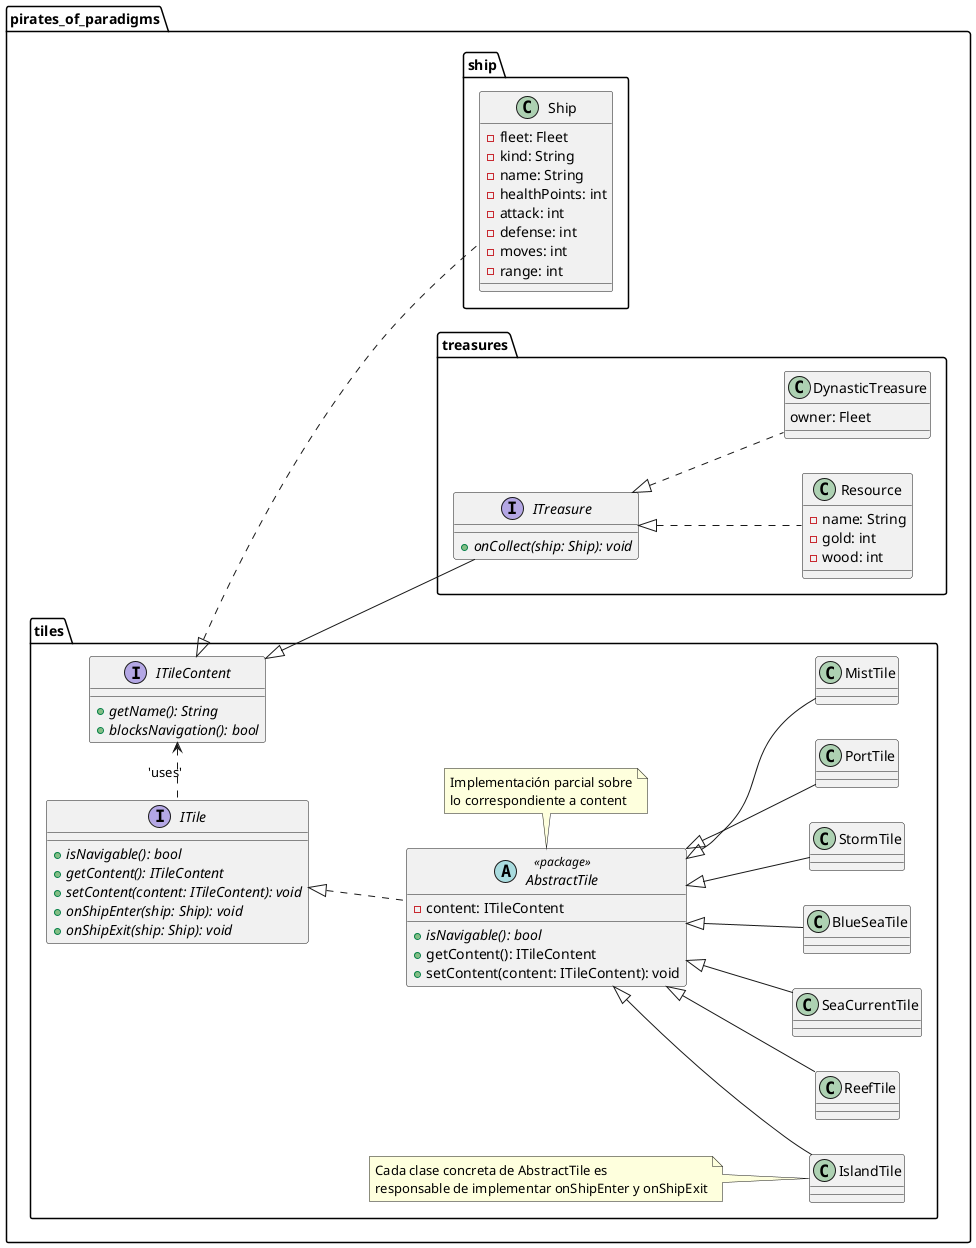
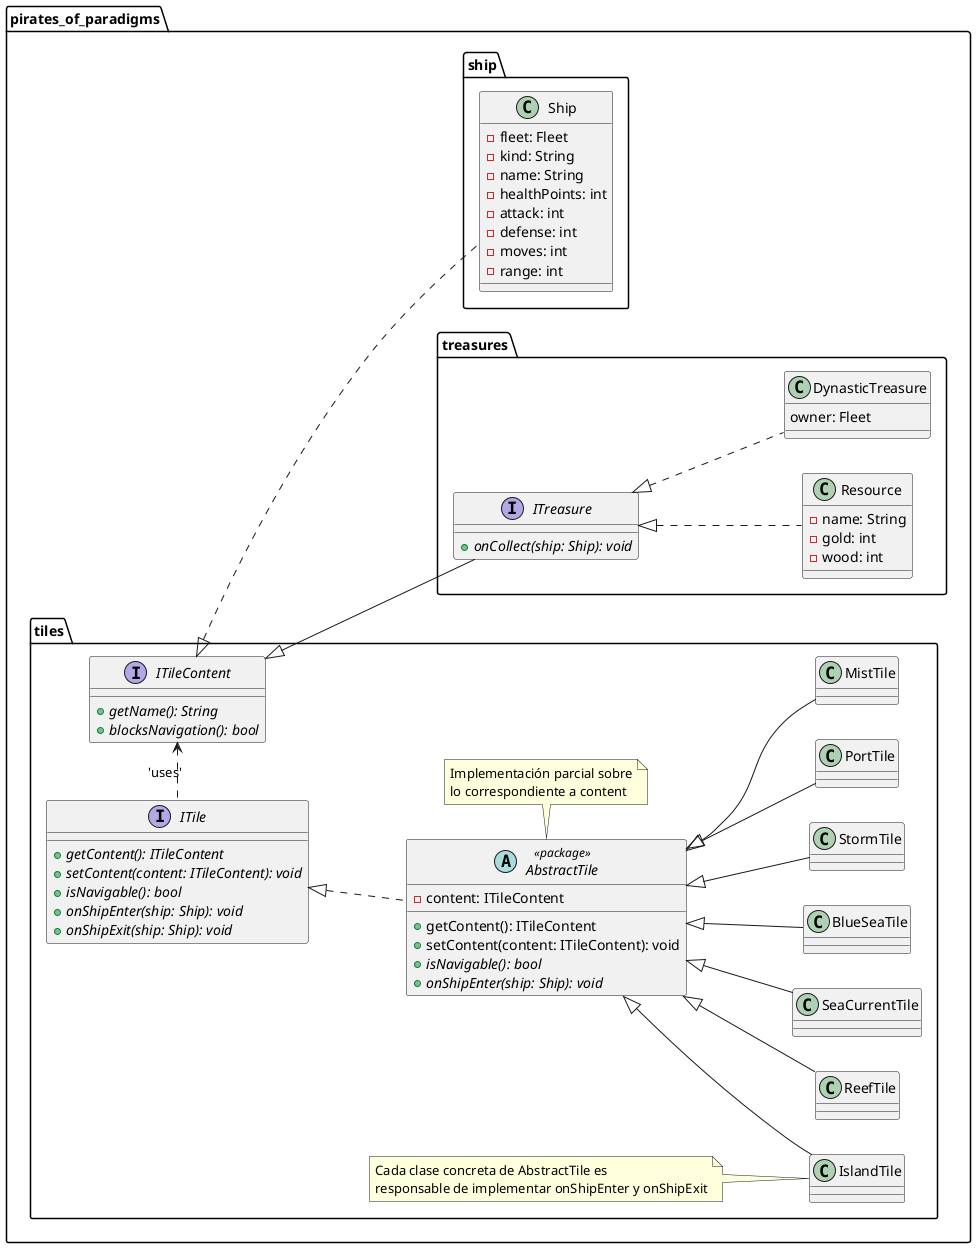
@startuml
left to right direction

package "pirates_of_paradigms" {
    package "tiles" {
        interface ITile
        interface ITileContent
        abstract AbstractTile <<package>> implements ITile
        class BlueSeaTile extends AbstractTile
        class StormTile extends AbstractTile
        class PortTile extends AbstractTile
        class MistTile extends AbstractTile
        class ReefTile extends AbstractTile
        class SeaCurrentTile extends AbstractTile
        class IslandTile extends AbstractTile

        ITileContent <. ITile : 'uses'

        note bottom of AbstractTile : \
        Implementación parcial sobre\nlo correspondiente a content

        note left of IslandTile : \
        Cada clase concreta de AbstractTile es\
        \nresponsable de implementar onShipEnter y onShipExit
    }

    package "treasures" {
        interface ITreasure implements pirates_of_paradigms.tiles.ITileContent
        class Resource implements ITreasure
        class DynasticTreasure implements ITreasure
    }

    package "ship" {
        class Ship implements pirates_of_paradigms.tiles.ITileContent
    }
}

' ################################################################
' Esta sección es para definir miembros y metodos
' ################################################################

interface pirates_of_paradigms.tiles.ITile {
-     + {abstract} isNavigable(): bool
    + {abstract} getContent(): ITileContent
    + {abstract} setContent(content: ITileContent): void
+     + {abstract} isNavigable(): bool
    + {abstract} onShipEnter(ship: Ship): void
    + {abstract} onShipExit(ship: Ship): void
}

interface pirates_of_paradigms.tiles.ITileContent {
    + {abstract} getName(): String
    + {abstract} blocksNavigation(): bool
}

abstract pirates_of_paradigms.tiles.AbstractTile {
    - content: ITileContent
-     + {abstract} isNavigable(): bool
    + getContent(): ITileContent
    + setContent(content: ITileContent): void
+     + {abstract} isNavigable(): bool
+     + {abstract} onShipEnter(ship: Ship): void
}

interface pirates_of_paradigms.treasures.ITreasure {
    + {abstract} onCollect(ship: Ship): void
}

class pirates_of_paradigms.treasures.Resource {
    - name: String
    - gold: int
    - wood: int
}

class pirates_of_paradigms.treasures.DynasticTreasure {
    owner: Fleet
}

class pirates_of_paradigms.ship.Ship {
    - fleet: Fleet
    - kind: String
    - name: String
    - healthPoints: int
    - attack: int
    - defense: int
    - moves: int
    - range: int
}

@enduml